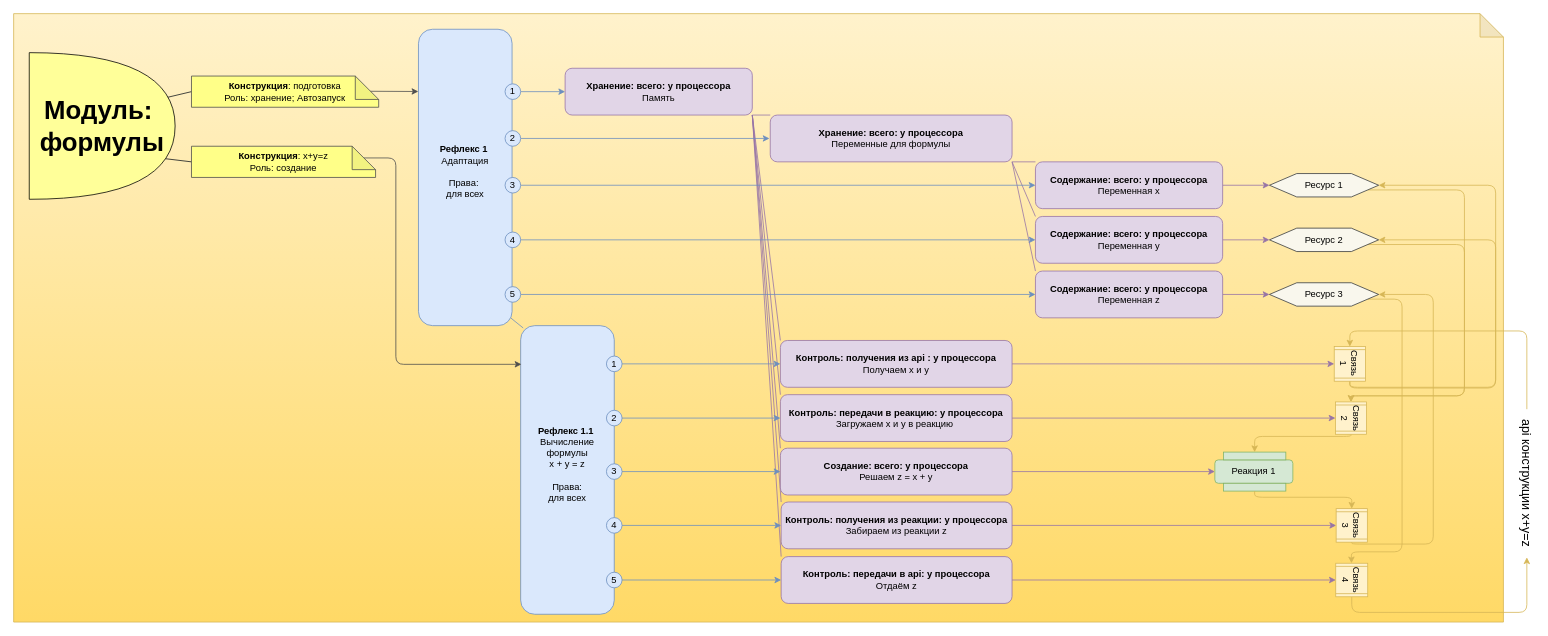
This is Картинки/Module.drawio from it-architector/invention.csdr, a draw.io file, before an edit. Source tidied: cells renumbered, new cells numbered last; positions are measured from the earlier drawing's top-left corner, leaving out a move shared by most shapes. Both pictures are drawn from the tidied source at 78%, with x=0, y=0 at pixel (13, 13).
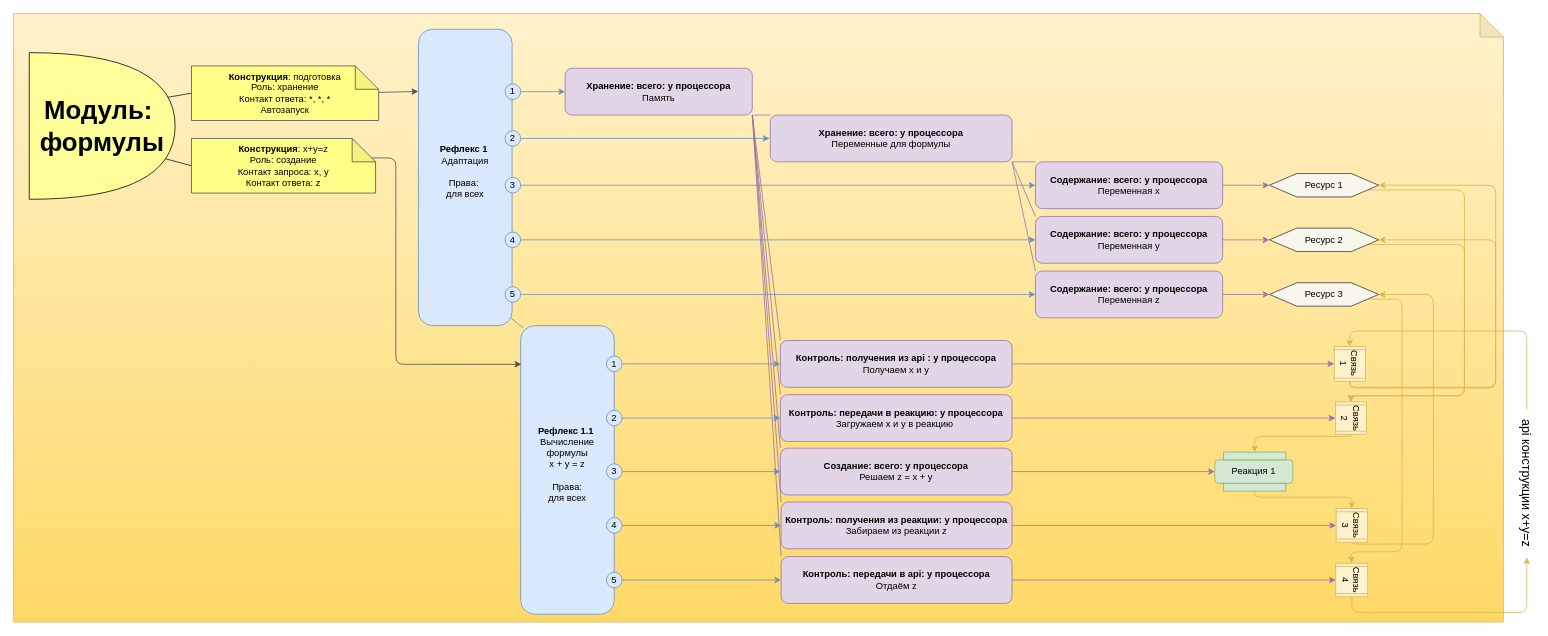
The same diagram, later.

Change to the diagram source:
```diff
@@
-    <mxCell id="59" value="&lt;b&gt;Конструкция&lt;/b&gt;:&amp;nbsp;x+y=z&lt;br&gt;Роль: создание" style="shape=note;whiteSpace=wrap;html=1;backgroundOutline=1;darkOpacity=0.05;fillColor=#FFFF88;strokeColor=#4D4D4D;" parent="1" vertex="1">
-      <mxGeometry x="228" y="170" width="236" height="40" as="geometry" />
+    <mxCell id="59" value="&lt;b&gt;Конструкция&lt;/b&gt;:&amp;nbsp;x+y=z&lt;br&gt;Роль: создание&lt;br&gt;Контакт запроса: x, y&lt;br&gt;Контакт ответа: z" style="shape=note;whiteSpace=wrap;html=1;backgroundOutline=1;darkOpacity=0.05;fillColor=#FFFF88;strokeColor=#4D4D4D;" parent="1" vertex="1">
+      <mxGeometry x="228" y="160" width="236" height="70" as="geometry" />
     </mxCell>
@@
-    <mxCell id="71" value="&lt;b&gt;Конструкция&lt;/b&gt;:&amp;nbsp;подготовка&lt;br&gt;Роль: хранение; Автозапуск" style="shape=note;whiteSpace=wrap;html=1;backgroundOutline=1;darkOpacity=0.05;fillColor=#FFFF88;strokeColor=#4D4D4D;" parent="1" vertex="1">
-      <mxGeometry x="228" y="80" width="240" height="40" as="geometry" />
+    <mxCell id="71" value="&lt;b&gt;Конструкция&lt;/b&gt;:&amp;nbsp;подготовка&lt;br&gt;Роль: хранение&lt;br&gt;Контакт ответа: *, *, *&lt;br&gt;Автозапуск" style="shape=note;whiteSpace=wrap;html=1;backgroundOutline=1;darkOpacity=0.05;fillColor=#FFFF88;strokeColor=#4D4D4D;" parent="1" vertex="1">
+      <mxGeometry x="228" y="67" width="240" height="70" as="geometry" />
     </mxCell>
```
